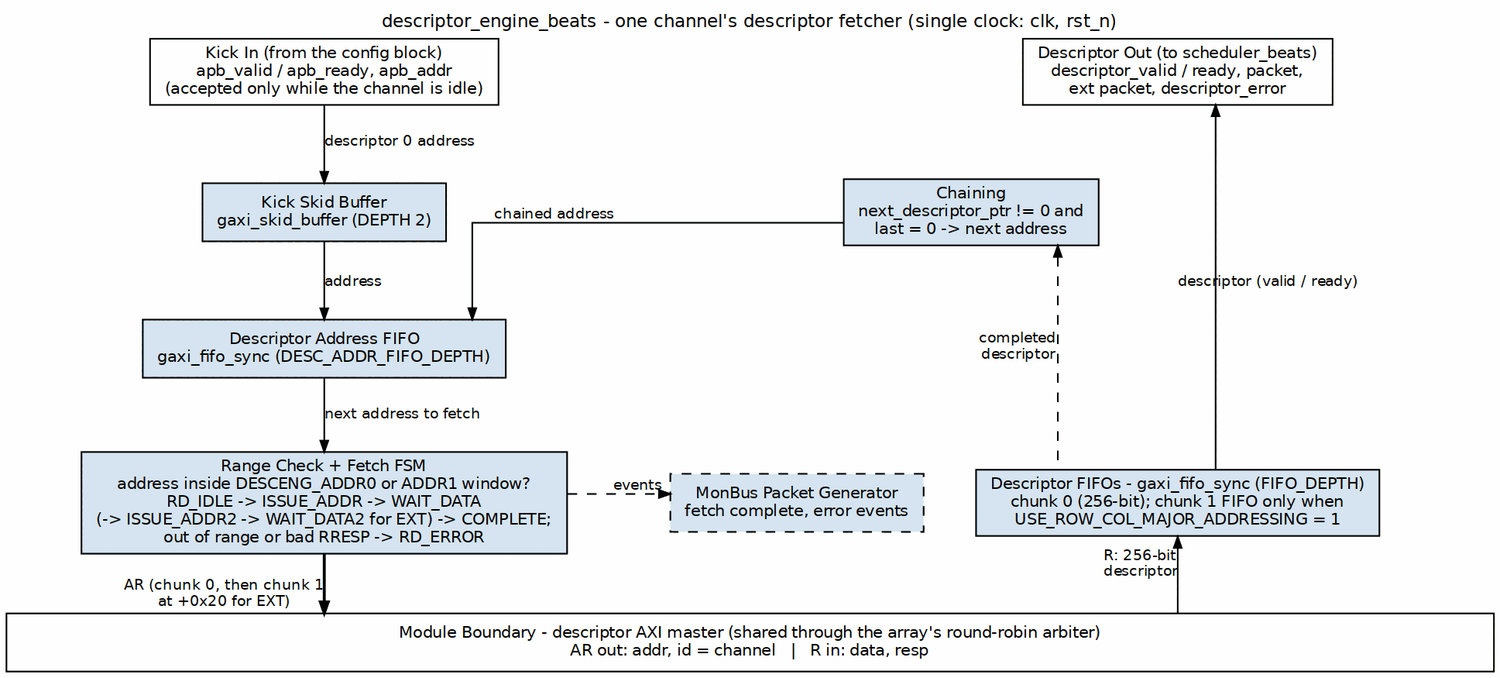
This is projects/components/dma-ip/rapids/docs/rapids_beats_mas/assets/graphviz/02_descriptor_engine.png from sean-galloway/RTLDesignSherpa, a Graphviz export, as it was before one commit. Its source is kept beside it as projects/components/dma-ip/rapids/docs/rapids_beats_mas/assets/graphviz/02_descriptor_engine.dot.
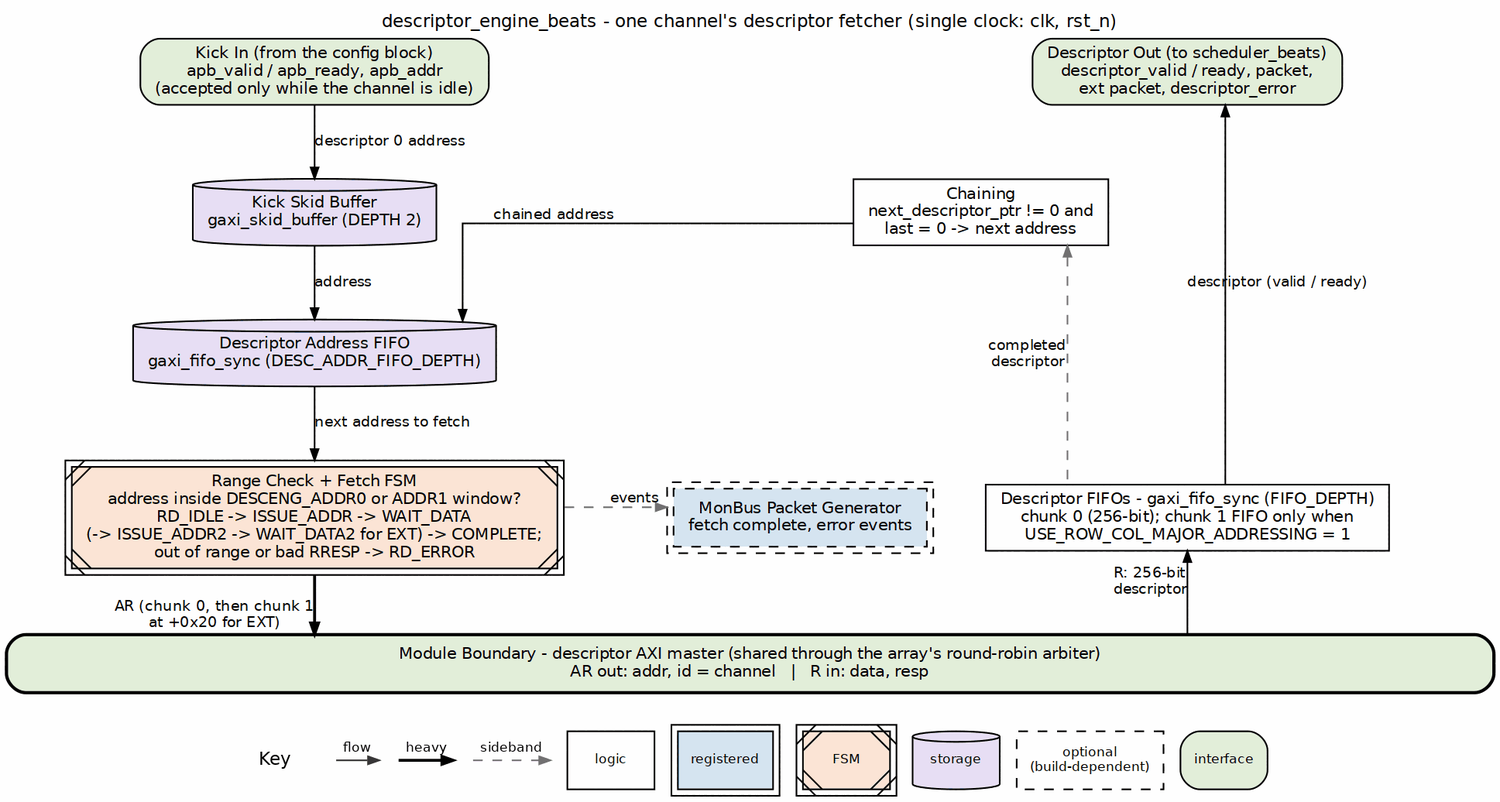
The same diagram one commit later.

Change to the diagram source:
```diff
@@ -4,20 +4,20 @@
            label="descriptor_engine_beats - one channel's descriptor fetcher (single clock: clk, rst_n)",
            labelloc=t, labeljust=c];
     node  [fontname="Helvetica", fontsize=10, shape=box, style=filled,
-           fillcolor="#D6E4F0", color="black", margin="0.12,0.06"];
+           fillcolor="white", color="black", margin="0.12,0.06"];
     edge  [fontname="Helvetica", fontsize=9, color="black", arrowsize=0.7];
 
-    kick  [label="Kick In (from the config block)\napb_valid / apb_ready, apb_addr\n(accepted only while the channel is idle)", fillcolor="white", group=C];
-    out   [label="Descriptor Out (to scheduler_beats)\ndescriptor_valid / ready, packet,\next packet, descriptor_error", fillcolor="white", group=R];
+    kick  [label="Kick In (from the config block)\napb_valid / apb_ready, apb_addr\n(accepted only while the channel is idle)", fillcolor="white", group=C, style="rounded,filled", fillcolor="#E2EFDA"];
+    out   [label="Descriptor Out (to scheduler_beats)\ndescriptor_valid / ready, packet,\next packet, descriptor_error", fillcolor="white", group=R, style="rounded,filled", fillcolor="#E2EFDA"];
 
-    skid  [label="Kick Skid Buffer\ngaxi_skid_buffer (DEPTH 2)", group=C];
-    afifo [label="Descriptor Address FIFO\ngaxi_fifo_sync (DESC_ADDR_FIFO_DEPTH)", group=C];
-    fsm   [label="Range Check + Fetch FSM\naddress inside DESCENG_ADDR0 or ADDR1 window?\nRD_IDLE -> ISSUE_ADDR -> WAIT_DATA\n(-> ISSUE_ADDR2 -> WAIT_DATA2 for EXT) -> COMPLETE;\nout of range or bad RRESP -> RD_ERROR", group=C];
-    dfifo [label="Descriptor FIFOs - gaxi_fifo_sync (FIFO_DEPTH)\nchunk 0 (256-bit); chunk 1 FIFO only when\nUSE_ROW_COL_MAJOR_ADDRESSING = 1", group=R];
-    chain [label="Chaining\nnext_descriptor_ptr != 0 and\nlast = 0 -> next address", group=R];
-    mon   [label="MonBus Packet Generator\nfetch complete, error events", style="filled,dashed"];
+    skid  [label="Kick Skid Buffer\ngaxi_skid_buffer (DEPTH 2)", group=C, shape=cylinder, style="filled", fillcolor="#E8DFF5"];
+    afifo [label="Descriptor Address FIFO\ngaxi_fifo_sync (DESC_ADDR_FIFO_DEPTH)", group=C, shape=cylinder, style="filled", fillcolor="#E8DFF5"];
+    fsm   [label="Range Check + Fetch FSM\naddress inside DESCENG_ADDR0 or ADDR1 window?\nRD_IDLE -> ISSUE_ADDR -> WAIT_DATA\n(-> ISSUE_ADDR2 -> WAIT_DATA2 for EXT) -> COMPLETE;\nout of range or bad RRESP -> RD_ERROR", group=C, peripheries=2, style="filled,diagonals", fillcolor="#FCE4D6"];
+    dfifo [label="Descriptor FIFOs - gaxi_fifo_sync (FIFO_DEPTH)\nchunk 0 (256-bit); chunk 1 FIFO only when\nUSE_ROW_COL_MAJOR_ADDRESSING = 1", group=R, style="filled", fillcolor="white"];
+    chain [label="Chaining\nnext_descriptor_ptr != 0 and\nlast = 0 -> next address", group=R, style="filled", fillcolor="white"];
+    mon   [label="MonBus Packet Generator\nfetch complete, error events", style="filled,dashed", peripheries=2, style="filled,dashed", fillcolor="#D6E4F0"];
 
-    bar [label="Module Boundary - descriptor AXI master (shared through the array's round-robin arbiter)\nAR out: addr, id = channel   |   R in: data, resp", fillcolor="white", width=12.8];
+    bar [label="Module Boundary - descriptor AXI master (shared through the array's round-robin arbiter)\nAR out: addr, id = channel   |   R in: data, resp", fillcolor="white", width=12.8, style="rounded,filled,bold", fillcolor="#E2EFDA"];
 
     kick  -> skid  [label="descriptor 0 address"];
     skid  -> afifo [label="address"];
@@ -25,9 +25,9 @@
     fsm   -> bar   [xlabel="AR (chunk 0, then chunk 1\nat +0x20 for EXT)", penwidth=1.8];
     dfifo -> bar   [dir=back, xlabel="R: 256-bit\ndescriptor"];
     out   -> dfifo [dir=back, label="descriptor (valid / ready)"];
-    chain -> dfifo [dir=back, style=dashed, xlabel="completed\ndescriptor"];
+    chain -> dfifo [dir=back, style=dashed, color="#777777", xlabel="completed\ndescriptor"];
     chain -> afifo [xlabel="chained address"];
-    fsm   -> mon   [style=dashed, xlabel="events"];
+    fsm   -> mon   [style=dashed, color="#777777", xlabel="events"];
 
     { rank=same; kick; out; }
     kick -> out [style=invis];
```
